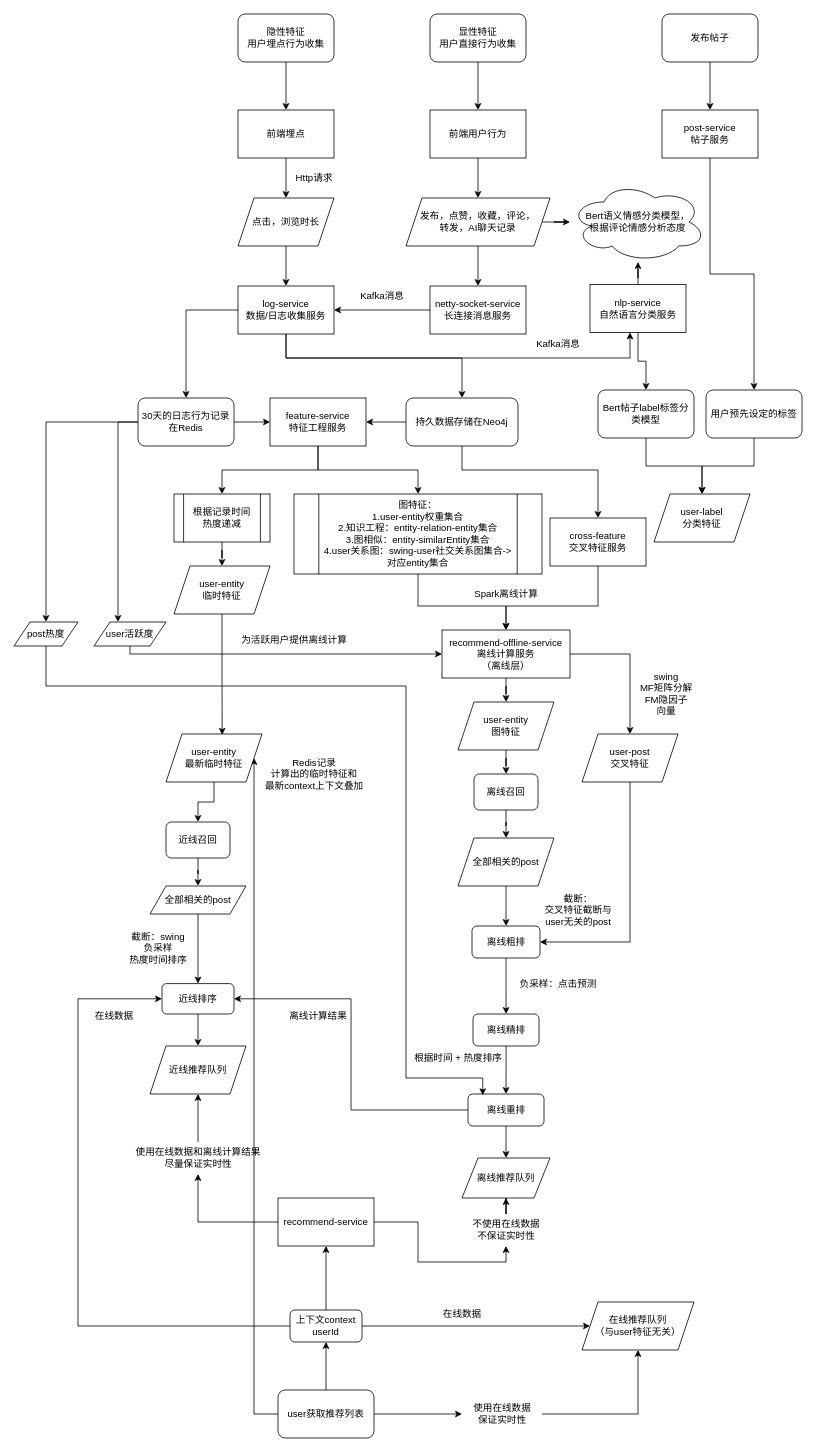
Earlier version of the draw.io diagram spring-server/business/recommend-service/docs/推荐系统架构.drawio (nangong918/SmartMedicine-App). Source tidied: cells renumbered, new cells numbered last; positions are measured from the earlier drawing's top-left corner, leaving out a move shared by most shapes. Both pictures are drawn from the tidied source at 80%, with x=0, y=0 at pixel (14, 14).
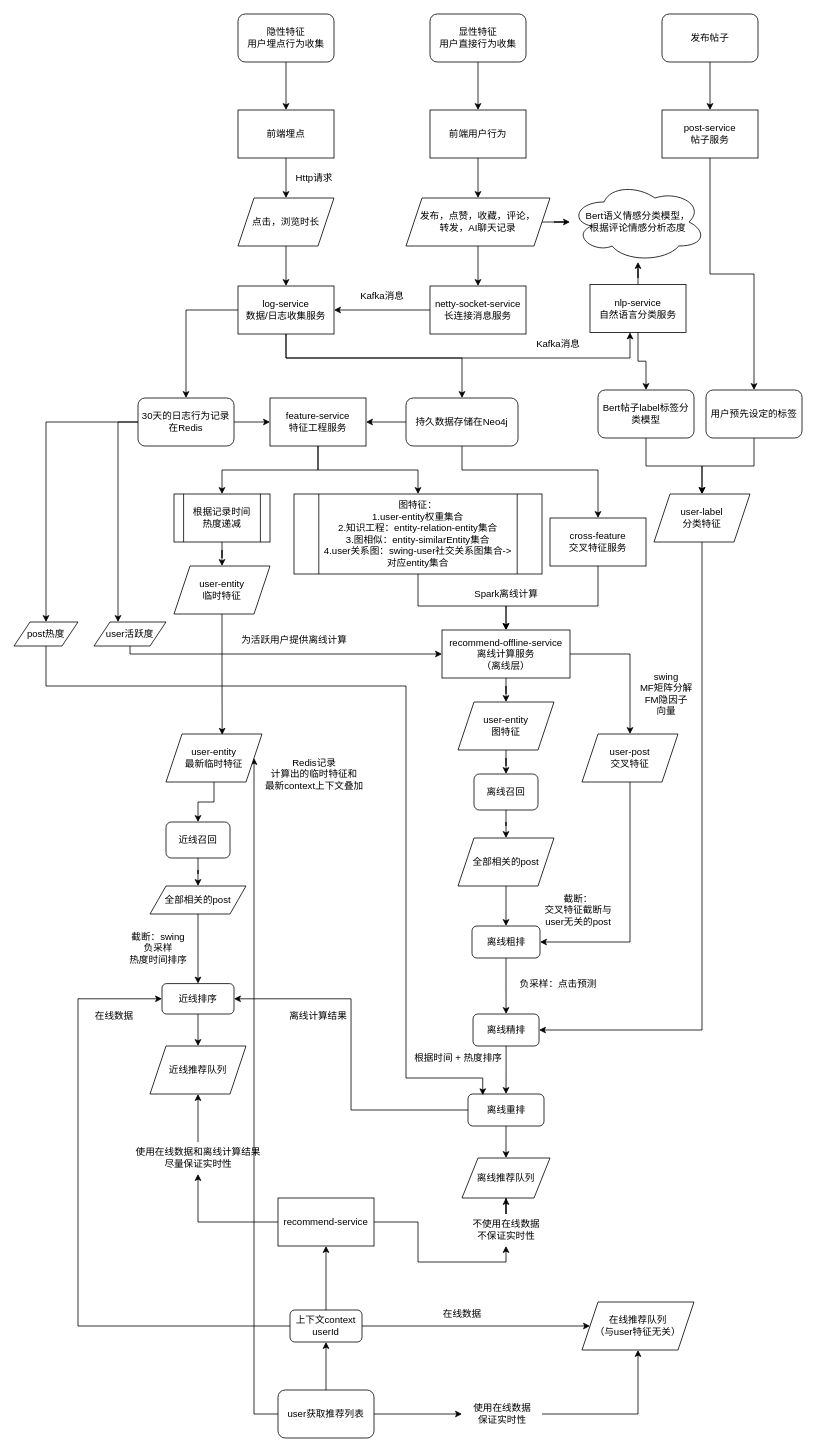
After the change.

Commit message (it also covers changes not shown here):
feat(recommend): 实现图召回

The change refers to these unchanged cells:
```xml
<mxCell id="51" value="user-label&lt;br&gt;分类特征" style="shape=parallelogram;perimeter=parallelogramPerimeter;whiteSpace=wrap;html=1;fixedSize=1;" parent="1" vertex="1">
  <mxGeometry x="800" y="600" width="120" height="60" as="geometry" />
</mxCell>
<mxCell id="74" value="离线精排" style="rounded=1;whiteSpace=wrap;html=1;" parent="1" vertex="1">
  <mxGeometry x="573.8" y="1250" width="82.5" height="40" as="geometry" />
</mxCell>
```

Diff of the diagram source:
```diff
@@
+    <mxCell id="116" style="edgeStyle=orthogonalEdgeStyle;rounded=0;jettySize=auto;html=1;entryX=1;entryY=0.5;entryDx=0;entryDy=0;" parent="1" edge="1" source="51" target="74">
+      <mxGeometry relative="1" as="geometry">
+        <Array as="points">
+          <mxPoint x="860" y="1270" />
+        </Array>
+      </mxGeometry>
+    </mxCell>
```
